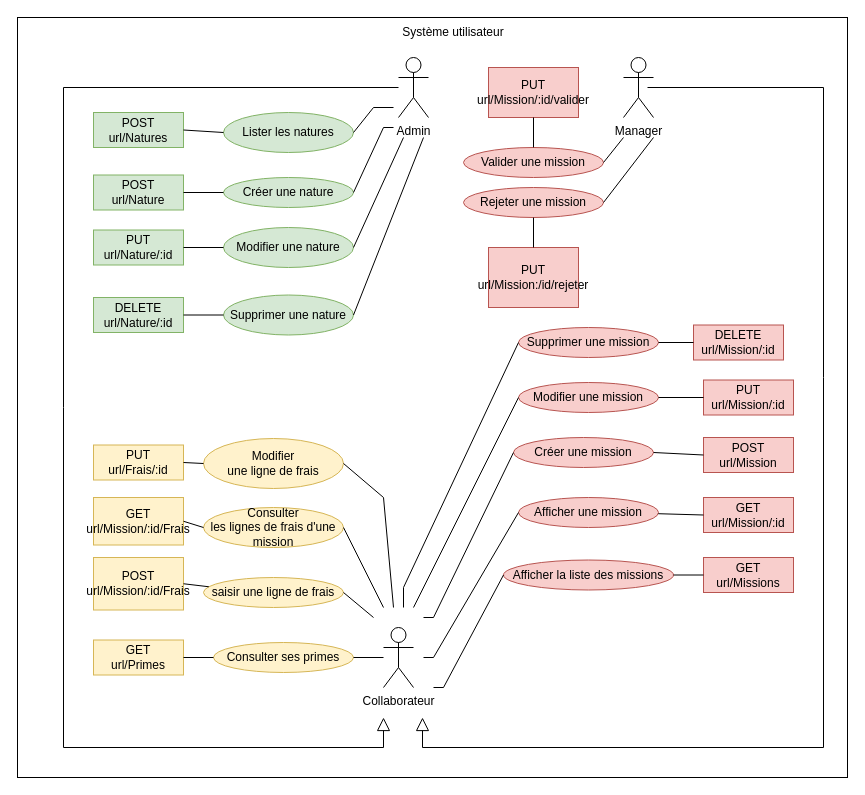
Before: Conception/use_case_API.drawio in VincentProuchet/Gestion_Missions_BE, a draw.io diagram. Source tidied: cells renumbered, new cells numbered last; positions are measured from the earlier drawing's top-left corner, leaving out a move shared by most shapes. Both pictures are drawn from the tidied source at 100%, with x=0, y=0 at pixel (17, 17).
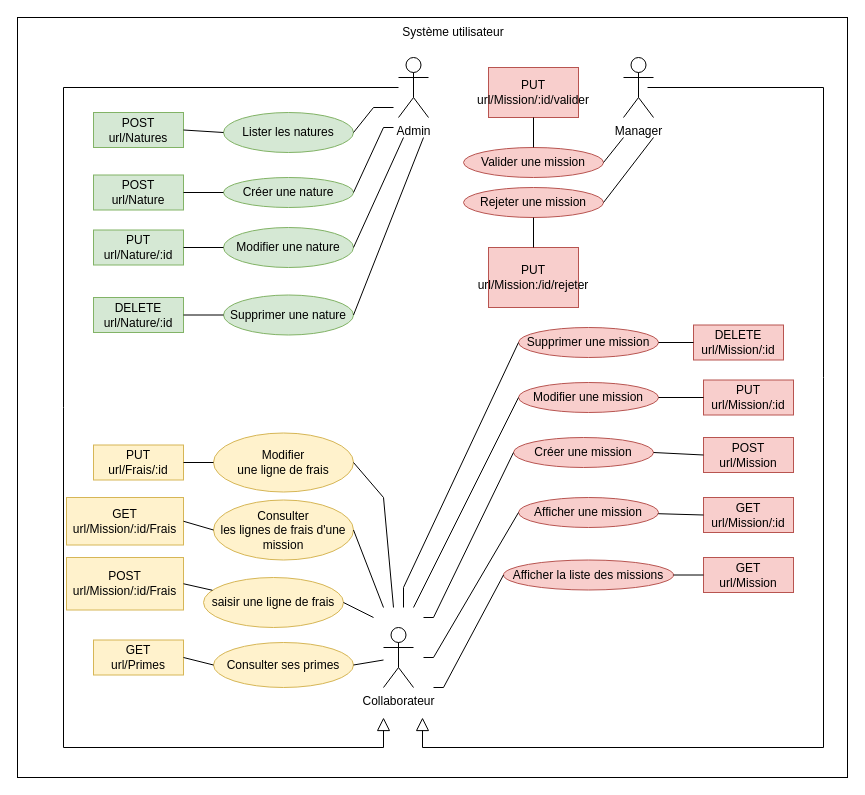
The same diagram, later.

Commit message (it also covers changes not shown here):
inclusion des unstaged change du précendent commit

parce que je suis un imbécile

The edit, as a diff of the source:
```diff
@@
     <mxCell id="30" value="&lt;div&gt;Modifier&lt;/div&gt;&lt;div&gt;une ligne de frais&lt;/div&gt;" style="ellipse;whiteSpace=wrap;html=1;fillColor=#fff2cc;strokeColor=#d6b656;" parent="1" vertex="1">
-      <mxGeometry x="186" y="421" width="140" height="50" as="geometry" />
+      <mxGeometry x="196" y="415.5" width="140" height="59" as="geometry" />
     </mxCell>
     <mxCell id="31" value="&lt;div&gt;Consulter&lt;/div&gt;&lt;div&gt;les lignes de frais d'une mission&lt;br&gt;&lt;/div&gt;" style="ellipse;whiteSpace=wrap;html=1;fillColor=#fff2cc;strokeColor=#d6b656;" parent="1" vertex="1">
-      <mxGeometry x="186" y="490" width="140" height="40" as="geometry" />
+      <mxGeometry x="196" y="482.5" width="140" height="60" as="geometry" />
     </mxCell>
     <mxCell id="32" value="saisir une ligne de frais" style="ellipse;whiteSpace=wrap;html=1;fillColor=#fff2cc;strokeColor=#d6b656;" parent="1" vertex="1">
-      <mxGeometry x="186" y="560" width="140" height="30" as="geometry" />
+      <mxGeometry x="186" y="560" width="140" height="50" as="geometry" />
     </mxCell>
     <mxCell id="33" value="&lt;div&gt;Consulter ses primes&lt;/div&gt;" style="ellipse;whiteSpace=wrap;html=1;fillColor=#fff2cc;strokeColor=#d6b656;" parent="1" vertex="1">
-      <mxGeometry x="196" y="625" width="140" height="30" as="geometry" />
+      <mxGeometry x="196" y="625" width="140" height="45" as="geometry" />
     </mxCell>
@@
-    <mxCell id="49" value="GET&lt;br&gt;url/Missions" style="text;html=1;strokeColor=#b85450;fillColor=#f8cecc;align=center;verticalAlign=middle;whiteSpace=wrap;rounded=0;shadow=0;sketch=0;" parent="1" vertex="1">
+    <mxCell id="49" value="GET&lt;br&gt;url/Mission" style="text;html=1;strokeColor=#b85450;fillColor=#f8cecc;align=center;verticalAlign=middle;whiteSpace=wrap;rounded=0;shadow=0;sketch=0;" parent="1" vertex="1">
       <mxGeometry x="686" y="540" width="90" height="35" as="geometry" />
     </mxCell>
@@
     <mxCell id="62" value="GET&lt;br&gt;url/Mission/:id/Frais" style="text;html=1;strokeColor=#d6b656;fillColor=#fff2cc;align=center;verticalAlign=middle;whiteSpace=wrap;rounded=0;shadow=0;sketch=0;" parent="1" vertex="1">
-      <mxGeometry x="76" y="480" width="90" height="47.5" as="geometry" />
+      <mxGeometry x="49" y="480" width="117" height="47.5" as="geometry" />
     </mxCell>
     <mxCell id="63" value="POST&lt;br&gt;url/Mission/:id/Frais" style="text;html=1;strokeColor=#d6b656;fillColor=#fff2cc;align=center;verticalAlign=middle;whiteSpace=wrap;rounded=0;shadow=0;sketch=0;" parent="1" vertex="1">
-      <mxGeometry x="76" y="540" width="90" height="52.5" as="geometry" />
+      <mxGeometry x="49" y="540" width="117" height="52.5" as="geometry" />
     </mxCell>
```
